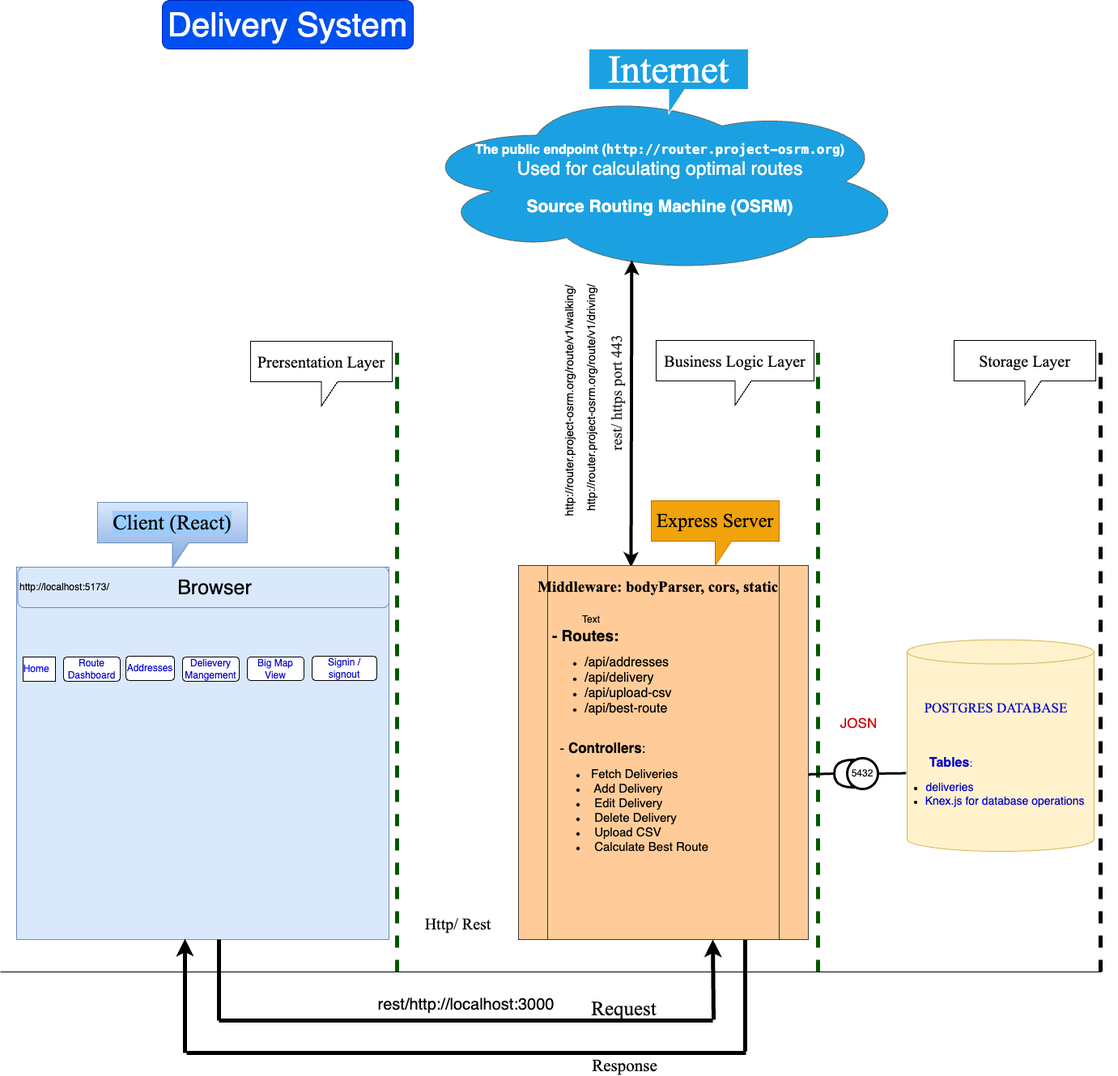
Before: client/src/assets/Diagram.drawio.png, a diagram exported from draw.io (karabubi/Delivery-man-system). Source tidied: cells renumbered, new cells last; positions are measured from the earlier drawing's top-left corner, leaving out a move shared by most shapes.
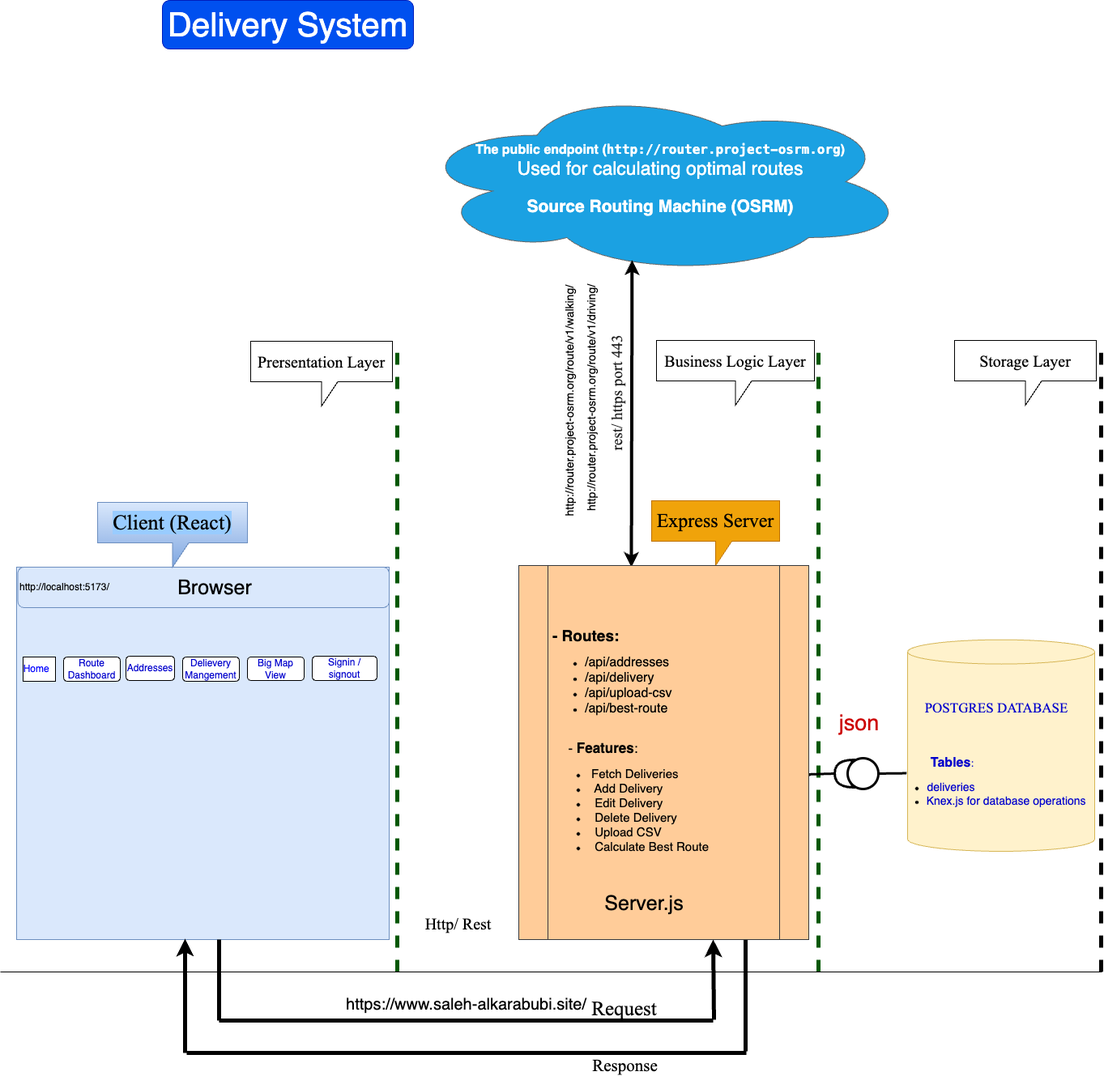
The same diagram one commit later.

What changed in the source:
```diff
@@ -71,9 +71,6 @@
     <mxCell id="21" value="&lt;span style=&quot;font-family: &amp;quot;Times New Roman&amp;quot;; font-style: normal; font-variant-ligatures: normal; font-variant-caps: normal; font-weight: 400; letter-spacing: normal; orphans: 2; text-align: center; text-indent: 0px; text-transform: none; widows: 2; word-spacing: 0px; -webkit-text-stroke-width: 0px; white-space: normal; text-decoration-thickness: initial; text-decoration-style: initial; text-decoration-color: initial; float: none; display: inline !important;&quot;&gt;&lt;font style=&quot;font-size: 24px;&quot;&gt;Express Server&lt;/font&gt;&lt;/span&gt;" style="shape=callout;whiteSpace=wrap;html=1;perimeter=calloutPerimeter;fillColor=#f0a30a;strokeColor=#BD7000;fontColor=#000000;" parent="1" vertex="1">
       <mxGeometry x="804" y="618" width="158" height="80" as="geometry" />
     </mxCell>
-    <mxCell id="22" value="&lt;span style=&quot;font-family: &amp;quot;Times New Roman&amp;quot;; font-style: normal; font-variant-ligatures: normal; font-variant-caps: normal; font-weight: 400; letter-spacing: normal; orphans: 2; text-align: center; text-indent: 0px; text-transform: none; widows: 2; word-spacing: 0px; -webkit-text-stroke-width: 0px; white-space: normal; text-decoration-thickness: initial; text-decoration-style: initial; text-decoration-color: initial; float: none; display: inline !important; background-color: rgb(27, 161, 226);&quot;&gt;&lt;font style=&quot;font-size: 48px;&quot;&gt;Internet&lt;/font&gt;&lt;/span&gt;" style="shape=callout;whiteSpace=wrap;html=1;perimeter=calloutPerimeter;fillColor=#1BA1E2;fontColor=#ffffff;strokeColor=#FFFFFF;" parent="1" vertex="1">
-      <mxGeometry x="727" y="60" width="197" height="80" as="geometry" />
-    </mxCell>
     <mxCell id="23" style="endArrow=none;html=1;rounded=0;" parent="1" edge="1">
       <mxGeometry relative="1" as="geometry">
         <mxPoint y="1200" as="sourcePoint" />
@@ -86,7 +83,7 @@
     <mxCell id="25" style="shape=xor;whiteSpace=wrap;html=1;rotation=-180;strokeWidth=3;" parent="1" vertex="1">
       <mxGeometry x="1030" y="938" width="23" height="34" as="geometry" />
     </mxCell>
-    <mxCell id="26" value="5432" style="ellipse;whiteSpace=wrap;html=1;strokeWidth=3;" parent="1" vertex="1">
+    <mxCell id="26" style="ellipse;whiteSpace=wrap;html=1;strokeWidth=3;" parent="1" vertex="1">
       <mxGeometry x="1046" y="936" width="38" height="38" as="geometry" />
     </mxCell>
     <mxCell id="27" style="endArrow=none;html=1;rounded=0;exitX=1.014;exitY=0.591;exitDx=0;exitDy=0;exitPerimeter=0;strokeWidth=3;" parent="1" edge="1">
@@ -151,8 +148,8 @@
         <mxPoint x="779.9" y="320.7" as="targetPoint" />
       </mxGeometry>
     </mxCell>
-    <mxCell id="38" value="&lt;font style=&quot;font-size: 20px;&quot;&gt;rest/http://localhost:3000&lt;/font&gt;" style="text;html=1;align=center;verticalAlign=middle;strokeColor=none;fillColor=none;strokeWidth=5;" parent="1" vertex="1">
-      <mxGeometry x="455" y="1220" width="240" height="40" as="geometry" />
+    <mxCell id="38" value="&lt;font style=&quot;font-size: 20px;&quot;&gt;https://www.saleh-alkarabubi.site/&lt;/font&gt;" style="text;html=1;align=center;verticalAlign=middle;strokeColor=none;fillColor=none;strokeWidth=5;" parent="1" vertex="1">
+      <mxGeometry x="415" y="1220" width="320" height="40" as="geometry" />
     </mxCell>
     <mxCell id="39" value="&lt;span style=&quot;color: rgb(34, 34, 34); font-family: &amp;quot;Times New Roman&amp;quot;; font-size: 19px; text-align: start; background-color: rgb(255, 255, 255);&quot;&gt;rest/ https port 443&lt;/span&gt;" style="text;html=1;align=center;verticalAlign=middle;whiteSpace=wrap;rounded=0;rotation=-90;" parent="1" vertex="1">
       <mxGeometry x="670" y="470" width="183" height="30" as="geometry" />
@@ -166,29 +163,26 @@
     <mxCell id="42" value="&lt;font style=&quot;font-size: 25px;&quot;&gt;Browser&lt;/font&gt;" style="text;html=1;align=center;verticalAlign=middle;whiteSpace=wrap;rounded=0;" parent="1" vertex="1">
       <mxGeometry x="170" y="710" width="190" height="30" as="geometry" />
     </mxCell>
-    <mxCell id="43" value="&lt;b style=&quot;font-family: &amp;quot;Times New Roman&amp;quot;;&quot;&gt;&lt;font style=&quot;font-size: 19px;&quot;&gt;Middleware: bodyParser, cors, static&amp;nbsp;&lt;/font&gt;&lt;/b&gt;" style="text;html=1;align=center;verticalAlign=middle;whiteSpace=wrap;rounded=0;" parent="1" vertex="1">
-      <mxGeometry x="640" y="710" width="350" height="30" as="geometry" />
-    </mxCell>
     <mxCell id="44" value="&lt;div style=&quot;text-align: center;&quot;&gt;&lt;font style=&quot;font-size: 19px;&quot;&gt;&lt;b&gt;- Routes:&amp;nbsp; &amp;nbsp; &amp;nbsp; &amp;nbsp; &amp;nbsp; &amp;nbsp; &amp;nbsp; &amp;nbsp; &amp;nbsp; &amp;nbsp; &amp;nbsp; &amp;nbsp; &amp;nbsp; &amp;nbsp; &amp;nbsp; &amp;nbsp; &amp;nbsp; &amp;nbsp; &amp;nbsp;&lt;/b&gt;&lt;/font&gt;&lt;/div&gt;&lt;div&gt;&lt;ul&gt;&lt;li&gt;&lt;font style=&quot;background-color: initial; font-size: 16px;&quot;&gt;/api/addresses&amp;nbsp; &amp;nbsp; &amp;nbsp; &amp;nbsp; &amp;nbsp; &amp;nbsp; &amp;nbsp; &amp;nbsp; &amp;nbsp; &amp;nbsp; &amp;nbsp; &amp;nbsp; &amp;nbsp; &amp;nbsp; &amp;nbsp;&lt;/font&gt;&lt;/li&gt;&lt;li&gt;&lt;span style=&quot;font-size: 16px; background-color: initial;&quot;&gt;/api/delivery&amp;nbsp; &amp;nbsp; &amp;nbsp; &amp;nbsp; &amp;nbsp; &amp;nbsp; &amp;nbsp; &amp;nbsp; &amp;nbsp; &amp;nbsp; &amp;nbsp; &amp;nbsp; &amp;nbsp; &amp;nbsp; &amp;nbsp;&amp;nbsp;&lt;/span&gt;&lt;/li&gt;&lt;li&gt;&lt;span style=&quot;font-size: 16px; background-color: initial;&quot;&gt;/api/upload-csv&amp;nbsp; &amp;nbsp; &amp;nbsp; &amp;nbsp; &amp;nbsp; &amp;nbsp; &amp;nbsp; &amp;nbsp; &amp;nbsp; &amp;nbsp; &amp;nbsp; &amp;nbsp; &amp;nbsp; &amp;nbsp;&lt;/span&gt;&lt;/li&gt;&lt;li&gt;&lt;span style=&quot;font-size: 16px; background-color: initial;&quot;&gt;/api/best-route&amp;nbsp;&amp;nbsp;&lt;/span&gt;&lt;/li&gt;&lt;/ul&gt;&lt;/div&gt;" style="text;html=1;align=left;verticalAlign=middle;whiteSpace=wrap;rounded=0;" parent="1" vertex="1">
       <mxGeometry x="680" y="740" width="283" height="190" as="geometry" />
     </mxCell>
-    <mxCell id="45" value="&lt;div&gt;&lt;font style=&quot;font-size: 17px;&quot;&gt;&amp;nbsp;- &lt;b&gt;Controllers&lt;/b&gt;:&amp;nbsp; &amp;nbsp; &amp;nbsp; &amp;nbsp; &amp;nbsp; &amp;nbsp; &amp;nbsp; &amp;nbsp; &amp;nbsp; &amp;nbsp; &amp;nbsp; &amp;nbsp; &amp;nbsp; &amp;nbsp; &amp;nbsp; &amp;nbsp; &amp;nbsp;&lt;/font&gt;&lt;/div&gt;&lt;div&gt;&lt;ul&gt;&lt;li style=&quot;text-align: left;&quot;&gt;&lt;font style=&quot;font-size: 15px;&quot;&gt;&amp;nbsp;Fetch Deliveries&amp;nbsp; &amp;nbsp; &amp;nbsp; &amp;nbsp; &amp;nbsp; &amp;nbsp; &amp;nbsp; &amp;nbsp; &amp;nbsp; &amp;nbsp; &amp;nbsp; &amp;nbsp; &amp;nbsp; &amp;nbsp;&lt;/font&gt;&lt;/li&gt;&lt;li style=&quot;text-align: left;&quot;&gt;&lt;font style=&quot;font-size: 15px;&quot;&gt;&amp;nbsp; Add Delivery&amp;nbsp; &amp;nbsp; &amp;nbsp; &amp;nbsp; &amp;nbsp; &amp;nbsp; &amp;nbsp; &amp;nbsp; &amp;nbsp; &amp;nbsp; &amp;nbsp; &amp;nbsp; &amp;nbsp; &amp;nbsp; &amp;nbsp; &amp;nbsp;&lt;/font&gt;&lt;/li&gt;&lt;li style=&quot;text-align: left;&quot;&gt;&lt;font style=&quot;font-size: 15px;&quot;&gt;&amp;nbsp; Edit Delivery&amp;nbsp; &amp;nbsp; &amp;nbsp; &amp;nbsp; &amp;nbsp; &amp;nbsp; &amp;nbsp; &amp;nbsp; &amp;nbsp; &amp;nbsp; &amp;nbsp; &amp;nbsp; &amp;nbsp; &amp;nbsp; &amp;nbsp;&amp;nbsp;&lt;/font&gt;&lt;/li&gt;&lt;li style=&quot;text-align: left;&quot;&gt;&lt;font style=&quot;font-size: 15px;&quot;&gt;&amp;nbsp; Delete Delivery&amp;nbsp; &amp;nbsp; &amp;nbsp; &amp;nbsp; &amp;nbsp; &amp;nbsp; &amp;nbsp; &amp;nbsp; &amp;nbsp; &amp;nbsp; &amp;nbsp; &amp;nbsp; &amp;nbsp; &amp;nbsp;&lt;/font&gt;&lt;/li&gt;&lt;li style=&quot;text-align: left;&quot;&gt;&lt;font style=&quot;font-size: 15px;&quot;&gt;&amp;nbsp; Upload CSV&amp;nbsp; &amp;nbsp; &amp;nbsp; &amp;nbsp; &amp;nbsp; &amp;nbsp; &amp;nbsp; &amp;nbsp; &amp;nbsp; &amp;nbsp; &amp;nbsp; &amp;nbsp; &amp;nbsp; &amp;nbsp; &amp;nbsp; &amp;nbsp; &amp;nbsp;&lt;/font&gt;&lt;/li&gt;&lt;li style=&quot;text-align: left;&quot;&gt;&lt;font style=&quot;font-size: 15px;&quot;&gt;&amp;nbsp; Calculate Best Route&amp;nbsp; &amp;nbsp;&amp;nbsp;&lt;/font&gt;&lt;/li&gt;&lt;/ul&gt;&lt;/div&gt;" style="text;html=1;align=center;verticalAlign=middle;whiteSpace=wrap;rounded=0;" parent="1" vertex="1">
+    <mxCell id="45" value="&lt;div&gt;&lt;font style=&quot;font-size: 17px;&quot;&gt;&amp;nbsp;- &lt;b&gt;Features&lt;/b&gt;:&amp;nbsp; &amp;nbsp; &amp;nbsp; &amp;nbsp; &amp;nbsp; &amp;nbsp; &amp;nbsp; &amp;nbsp; &amp;nbsp; &amp;nbsp; &amp;nbsp; &amp;nbsp; &amp;nbsp; &amp;nbsp; &amp;nbsp; &amp;nbsp; &amp;nbsp;&lt;/font&gt;&lt;/div&gt;&lt;div&gt;&lt;ul&gt;&lt;li style=&quot;text-align: left;&quot;&gt;&lt;font style=&quot;font-size: 15px;&quot;&gt;&amp;nbsp;Fetch Deliveries&amp;nbsp; &amp;nbsp; &amp;nbsp; &amp;nbsp; &amp;nbsp; &amp;nbsp; &amp;nbsp; &amp;nbsp; &amp;nbsp; &amp;nbsp; &amp;nbsp; &amp;nbsp; &amp;nbsp; &amp;nbsp;&lt;/font&gt;&lt;/li&gt;&lt;li style=&quot;text-align: left;&quot;&gt;&lt;font style=&quot;font-size: 15px;&quot;&gt;&amp;nbsp; Add Delivery&amp;nbsp; &amp;nbsp; &amp;nbsp; &amp;nbsp; &amp;nbsp; &amp;nbsp; &amp;nbsp; &amp;nbsp; &amp;nbsp; &amp;nbsp; &amp;nbsp; &amp;nbsp; &amp;nbsp; &amp;nbsp; &amp;nbsp; &amp;nbsp;&lt;/font&gt;&lt;/li&gt;&lt;li style=&quot;text-align: left;&quot;&gt;&lt;font style=&quot;font-size: 15px;&quot;&gt;&amp;nbsp; Edit Delivery&amp;nbsp; &amp;nbsp; &amp;nbsp; &amp;nbsp; &amp;nbsp; &amp;nbsp; &amp;nbsp; &amp;nbsp; &amp;nbsp; &amp;nbsp; &amp;nbsp; &amp;nbsp; &amp;nbsp; &amp;nbsp; &amp;nbsp;&amp;nbsp;&lt;/font&gt;&lt;/li&gt;&lt;li style=&quot;text-align: left;&quot;&gt;&lt;font style=&quot;font-size: 15px;&quot;&gt;&amp;nbsp; Delete Delivery&amp;nbsp; &amp;nbsp; &amp;nbsp; &amp;nbsp; &amp;nbsp; &amp;nbsp; &amp;nbsp; &amp;nbsp; &amp;nbsp; &amp;nbsp; &amp;nbsp; &amp;nbsp; &amp;nbsp; &amp;nbsp;&lt;/font&gt;&lt;/li&gt;&lt;li style=&quot;text-align: left;&quot;&gt;&lt;font style=&quot;font-size: 15px;&quot;&gt;&amp;nbsp; Upload CSV&amp;nbsp; &amp;nbsp; &amp;nbsp; &amp;nbsp; &amp;nbsp; &amp;nbsp; &amp;nbsp; &amp;nbsp; &amp;nbsp; &amp;nbsp; &amp;nbsp; &amp;nbsp; &amp;nbsp; &amp;nbsp; &amp;nbsp; &amp;nbsp; &amp;nbsp;&lt;/font&gt;&lt;/li&gt;&lt;li style=&quot;text-align: left;&quot;&gt;&lt;font style=&quot;font-size: 15px;&quot;&gt;&amp;nbsp; Calculate Best Route&amp;nbsp; &amp;nbsp;&amp;nbsp;&lt;/font&gt;&lt;/li&gt;&lt;/ul&gt;&lt;/div&gt;" style="text;html=1;align=center;verticalAlign=middle;whiteSpace=wrap;rounded=0;" parent="1" vertex="1">
       <mxGeometry x="680" y="900" width="280" height="180" as="geometry" />
     </mxCell>
-    <mxCell id="46" value="&lt;font color=&quot;#cc0000&quot; style=&quot;font-size: 17px;&quot;&gt;JOSN&lt;/font&gt;" style="text;html=1;align=center;verticalAlign=middle;strokeColor=none;fillColor=none;" parent="1" vertex="1">
-      <mxGeometry x="1025" y="878" width="70" height="30" as="geometry" />
+    <mxCell id="46" value="&lt;font color=&quot;#cc0000&quot; style=&quot;font-size: 27px;&quot;&gt;json&lt;/font&gt;" style="text;html=1;align=center;verticalAlign=middle;strokeColor=none;fillColor=none;" parent="1" vertex="1">
+      <mxGeometry x="1025" y="868" width="70" height="50" as="geometry" />
     </mxCell>
     <mxCell id="47" value="&lt;span style=&quot;color: rgb(0, 0, 0); font-family: Helvetica; font-style: normal; font-variant-ligatures: normal; font-variant-caps: normal; font-weight: 400; letter-spacing: normal; orphans: 2; text-align: center; text-indent: 0px; text-transform: none; widows: 2; word-spacing: 0px; -webkit-text-stroke-width: 0px; white-space: normal; background-color: rgb(251, 251, 251); text-decoration-thickness: initial; text-decoration-style: initial; text-decoration-color: initial; float: none; display: inline !important;&quot;&gt;&lt;font style=&quot;font-size: 14px;&quot;&gt;http://router.project-osrm.org/route/v1/walking/&lt;/font&gt;&lt;/span&gt;" style="text;whiteSpace=wrap;html=1;rotation=-90;" parent="1" vertex="1">
       <mxGeometry x="547.5" y="470" width="310" height="30" as="geometry" />
     </mxCell>
     <mxCell id="48" value="&lt;div&gt;&lt;font color=&quot;#0000cc&quot;&gt;&lt;font style=&quot;font-size: 13px;&quot;&gt;&amp;nbsp; &amp;nbsp; &amp;nbsp; &amp;nbsp; &amp;nbsp; &lt;/font&gt;&lt;font style=&quot;font-size: 16px;&quot;&gt;&lt;b&gt;Tables&lt;/b&gt;&lt;/font&gt;&lt;font style=&quot;font-size: 13px;&quot;&gt;:&amp;nbsp; &amp;nbsp; &amp;nbsp; &amp;nbsp; &amp;nbsp; &amp;nbsp; &amp;nbsp; &amp;nbsp; &amp;nbsp; &amp;nbsp; &amp;nbsp; &amp;nbsp; &amp;nbsp; &amp;nbsp; &amp;nbsp; &amp;nbsp; &amp;nbsp; &amp;nbsp; &amp;nbsp;&amp;nbsp;&lt;/font&gt;&lt;/font&gt;&lt;/div&gt;&lt;div&gt;&lt;ul&gt;&lt;li&gt;&lt;span style=&quot;background-color: initial;&quot;&gt;&lt;font color=&quot;#0000cc&quot; style=&quot;font-size: 14px;&quot;&gt;deliveries&amp;nbsp; &amp;nbsp; &amp;nbsp; &amp;nbsp; &amp;nbsp; &amp;nbsp; &amp;nbsp; &amp;nbsp; &amp;nbsp; &amp;nbsp; &amp;nbsp; &amp;nbsp; &amp;nbsp; &amp;nbsp; &amp;nbsp; &amp;nbsp; &amp;nbsp; &amp;nbsp; &amp;nbsp;&lt;/font&gt;&lt;/span&gt;&lt;/li&gt;&lt;li&gt;&lt;font color=&quot;#0000cc&quot; style=&quot;font-size: 14px;&quot;&gt;Knex.js for database operations&amp;nbsp;&amp;nbsp;&lt;/font&gt;&lt;/li&gt;&lt;/ul&gt;&lt;/div&gt;" style="text;html=1;align=center;verticalAlign=middle;whiteSpace=wrap;rounded=0;" parent="1" vertex="1">
-      <mxGeometry x="1070" y="890" width="310" height="161" as="geometry" />
+      <mxGeometry x="1101" y="890" width="250" height="161" as="geometry" />
     </mxCell>
-    <mxCell id="49" value="Text" style="text;html=1;align=center;verticalAlign=middle;whiteSpace=wrap;rounded=0;" parent="1" vertex="1">
-      <mxGeometry x="700" y="750" width="60" height="30" as="geometry" />
-    </mxCell>
     <mxCell id="50" value="&lt;span style=&quot;color: rgb(0, 0, 204); font-family: &amp;quot;Times New Roman&amp;quot;; font-size: 17px;&quot;&gt;POSTGRES DATABASE&lt;/span&gt;" style="text;html=1;align=center;verticalAlign=middle;whiteSpace=wrap;rounded=0;" parent="1" vertex="1">
       <mxGeometry x="1140" y="860" width="180" height="30" as="geometry" />
     </mxCell>
+    <mxCell id="51" value="&lt;font style=&quot;font-size: 25px;&quot;&gt;Server.js&lt;/font&gt;" style="text;html=1;align=center;verticalAlign=middle;whiteSpace=wrap;rounded=0;" parent="1" vertex="1">
+      <mxGeometry x="700" y="1100" width="190" height="30" as="geometry" />
+    </mxCell>
   </root>
 </mxGraphModel>
```
